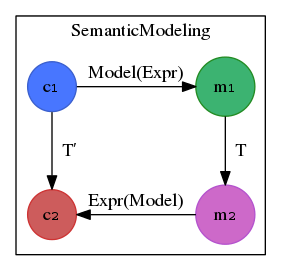
Before: dev/img/semanticmodels_jl.dot.png, a diagram exported from Graphviz (jpfairbanks/SemanticModels.jl). Its source is kept beside it as dev/img/semanticmodels_jl.dot. Its diagram source:
```dot

digraph G {
    node[shape=circle, style=filled]
    subgraph cluster_1{
      label="SemanticModeling"
    code1 [label="c₁", color="royalblue3", fillcolor="royalblue1"]
    code2 [label="c₂", color="brown3", fillcolor="indianred"]
    m1 -> m2 [label="  T"]
    code1 -> m1 [label="Model(Expr)"]
    m2->code2 [label="Expr(Model)"]
    code1 -> code2 [label="  T′"]
    {rank=same code1, m1}
    {rank=same code2, m2}
    m1 [label="m₁", color="forestgreen", fillcolor="mediumseagreen"]
    m2 [label="m₂", color="mediumorchid3", fillcolor="orchid3"]
  }
}
```
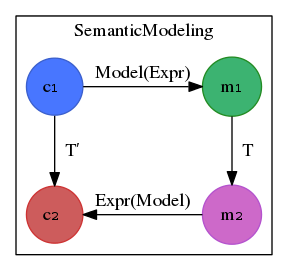
The same file after the commit.

Change to the diagram source:
```diff
@@ -3,8 +3,8 @@
     node[shape=circle, style=filled]
     subgraph cluster_1{
       label="SemanticModeling"
-    code1 [label="c₁", color="royalblue3", fillcolor="royalblue1"]
-    code2 [label="c₂", color="brown3", fillcolor="indianred"]
+    code1 [label="c₁ ", color="royalblue3", fillcolor="royalblue1"]
+    code2 [label="c₂ ", color="brown3", fillcolor="indianred"]
     m1 -> m2 [label="  T"]
     code1 -> m1 [label="Model(Expr)"]
     m2->code2 [label="Expr(Model)"]
```
